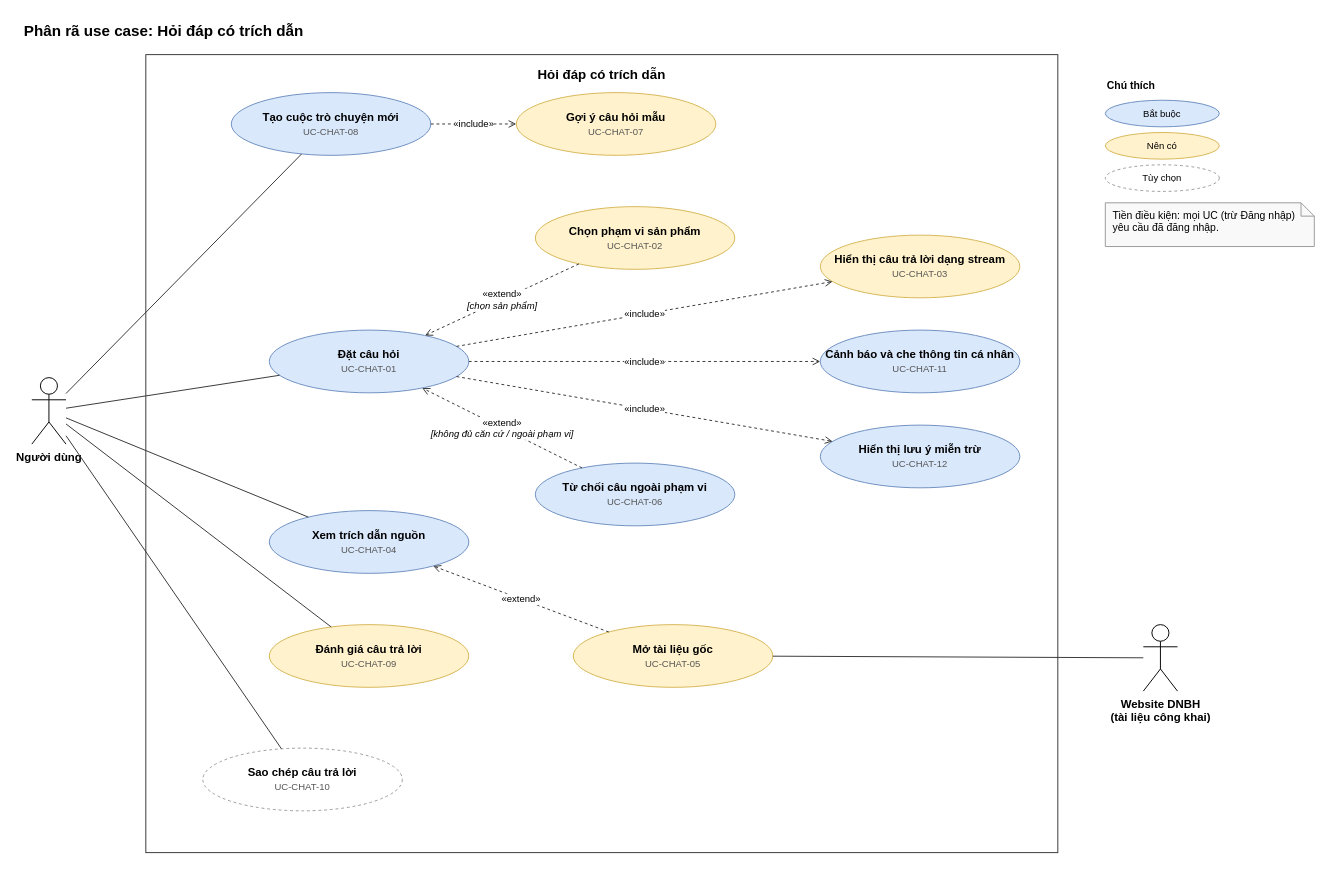
Before: page "3. Hỏi đáp (CHAT)" (3 of 6) of docs/roadmap/4.DA1_UseCase.drawio.xml in daisyngocha/bv-rag, a draw.io diagram. Source tidied: cells renumbered, new cells numbered last; positions are measured from the earlier drawing's top-left corner, leaving out a move shared by most shapes. Both pictures are drawn from the tidied source at 95%, with x=0, y=0 at pixel (22, 16).
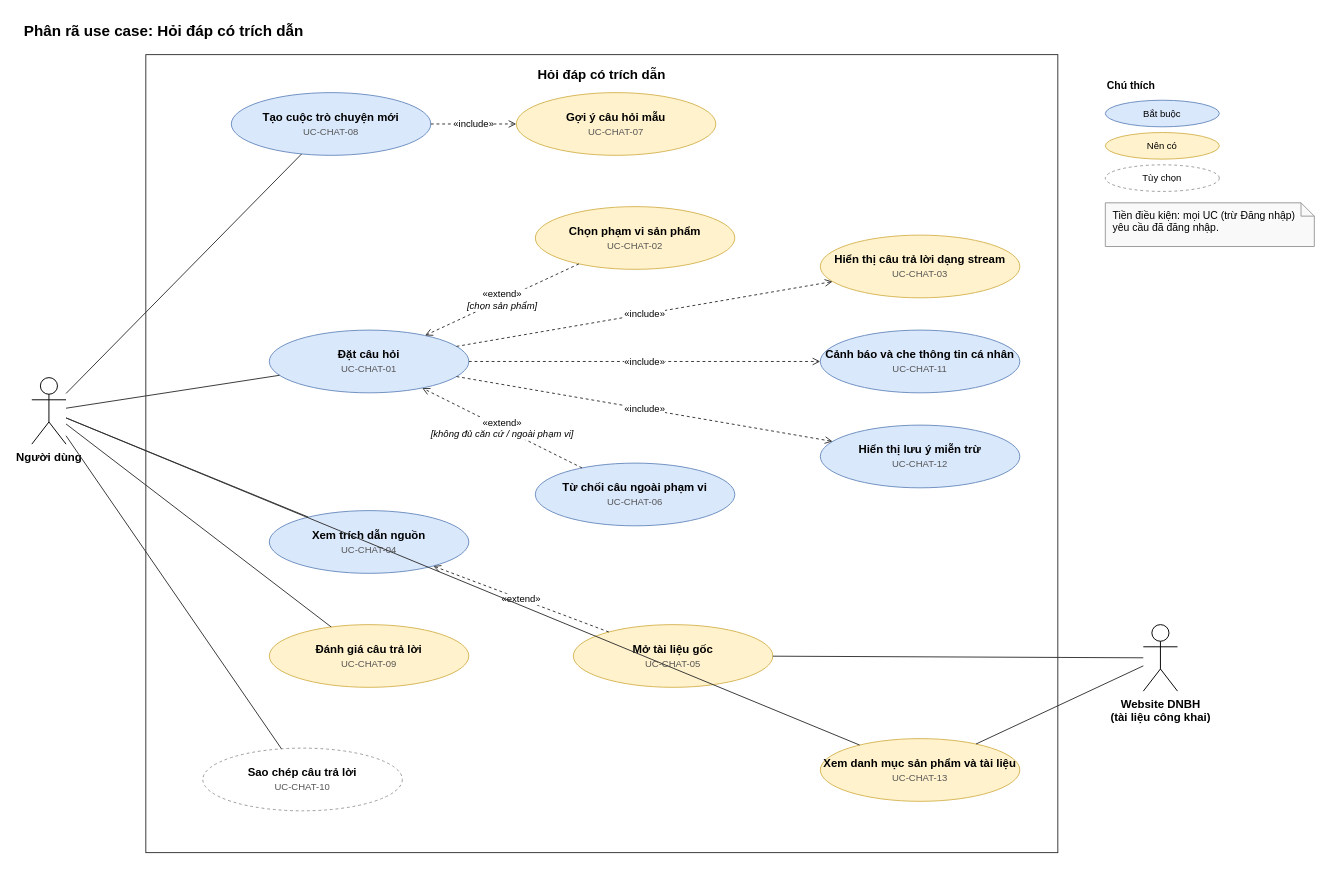
The same diagram, later.

Commit message (it also covers changes not shown here):
Cập nhật thiết kế theo Figma: danh sách phương thức v2 và tài liệu liên quan

Unchanged cells that the change refers to:
```xml
<mxCell id="4" value="Người dùng" style="shape=umlActor;verticalLabelPosition=bottom;verticalAlign=top;html=1;outlineConnect=0;fontStyle=1;fontFamily=Helvetica;" parent="1" vertex="1">
  <mxGeometry x="10" y="380" width="36" height="70" as="geometry" />
</mxCell>
<mxCell id="17" value="Website DNBH&lt;br&gt;(tài liệu công khai)" style="shape=umlActor;verticalLabelPosition=bottom;verticalAlign=top;html=1;outlineConnect=0;fontStyle=1;fontFamily=Helvetica;" parent="1" vertex="1">
  <mxGeometry x="1180" y="640" width="36" height="70" as="geometry" />
</mxCell>
```

Diff of the diagram source:
```diff
@@
+    <mxCell id="36" value="&lt;b&gt;Xem danh mục sản phẩm và tài liệu&lt;/b&gt;&lt;br&gt;&lt;span style=&quot;font-size:10px;color:#555555&quot;&gt;UC-CHAT-13&lt;/span&gt;" style="ellipse;whiteSpace=wrap;html=1;fontFamily=Helvetica;fontSize=12;fillColor=#FFF2CC;strokeColor=#D6B656;" parent="1" vertex="1">
+      <mxGeometry x="840" y="760" width="210" height="66" as="geometry" />
+    </mxCell>
+    <mxCell id="37" style="html=1;endArrow=none;endFill=0;strokeColor=#333333;" parent="1" edge="1" source="4" target="36">
+      <mxGeometry relative="1" as="geometry" />
+    </mxCell>
+    <mxCell id="38" style="html=1;endArrow=none;endFill=0;strokeColor=#333333;" parent="1" edge="1" source="36" target="17">
+      <mxGeometry relative="1" as="geometry" />
+    </mxCell>
```
